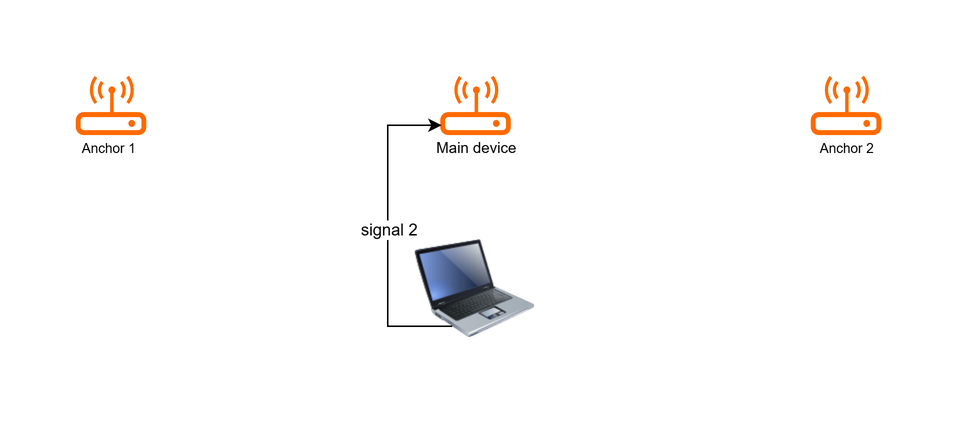
nemnogobread/graduation-project keeps this draw.io diagram as Lab6/presentation/before signal 2.png. Above is the earlier version. Source tidied: cells renumbered, new cells last; positions are measured from the earlier drawing's top-left corner, leaving out a move shared by most shapes.
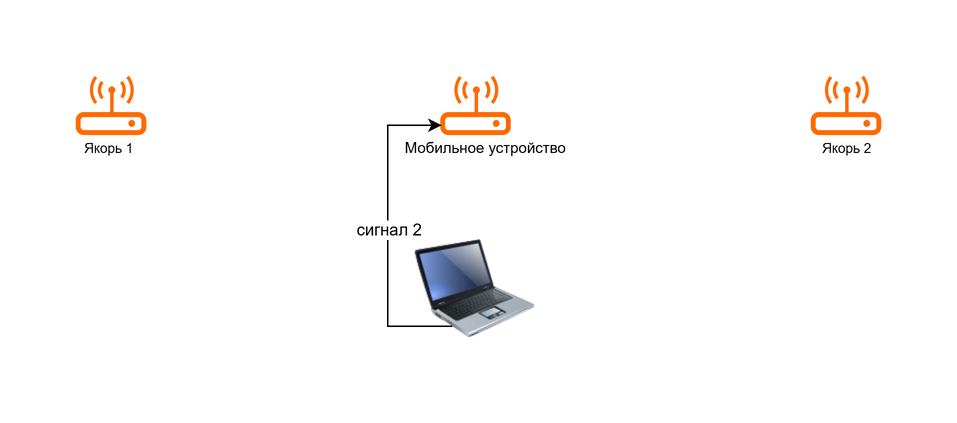
Later version of the same file.

What changed in the source:
```diff
@@ -25,18 +25,20 @@
         </Array>
       </mxGeometry>
     </mxCell>
-    <mxCell id="7" value="signal 2" style="edgeLabel;html=1;align=center;verticalAlign=middle;" parent="6" vertex="1">
+    <mxCell id="7" value="сигнал 2" style="edgeLabel;html=1;align=center;verticalAlign=middle;" parent="6" vertex="1">
       <mxGeometry x="-0.27" y="-1" relative="1" as="geometry">
         <mxPoint x="-1" y="-30" as="offset" />
       </mxGeometry>
     </mxCell>
-    <mxCell id="8" value="&lt;font style=&quot;font-size: 9px;&quot;&gt;Anchor 1&lt;/font&gt;" style="edgeLabel;html=1;align=center;verticalAlign=middle;" parent="1" vertex="1">
+    <mxCell id="8" value="&lt;font style=&quot;font-size: 9px;&quot;&gt;Якорь 1&lt;/font&gt;" style="edgeLabel;html=1;align=center;verticalAlign=middle;" parent="1" vertex="1">
       <mxGeometry x="21.8" y="47" as="geometry" />
     </mxCell>
-    <mxCell id="9" value="&lt;font style=&quot;font-size: 10px;&quot;&gt;Main device&lt;/font&gt;" style="edgeLabel;html=1;align=center;verticalAlign=middle;" parent="1" vertex="1">
-      <mxGeometry x="266.6" y="47" as="geometry" />
+    <mxCell id="9" value="&lt;font style=&quot;font-size: 10px;&quot;&gt;Мобильное устройство&lt;/font&gt;" style="edgeLabel;html=1;align=center;verticalAlign=middle;" parent="1" vertex="1">
+      <mxGeometry x="266.6" y="47" as="geometry">
+        <mxPoint x="6" as="offset" />
+      </mxGeometry>
     </mxCell>
-    <mxCell id="10" value="&lt;font style=&quot;font-size: 9px;&quot;&gt;Anchor 2&lt;/font&gt;" style="edgeLabel;html=1;align=center;verticalAlign=middle;" parent="1" vertex="1">
+    <mxCell id="10" value="&lt;font style=&quot;font-size: 9px;&quot;&gt;Якорь 2&lt;/font&gt;" style="edgeLabel;html=1;align=center;verticalAlign=middle;" parent="1" vertex="1">
       <mxGeometry x="513.6" y="47" as="geometry" />
     </mxCell>
   </root>
```
